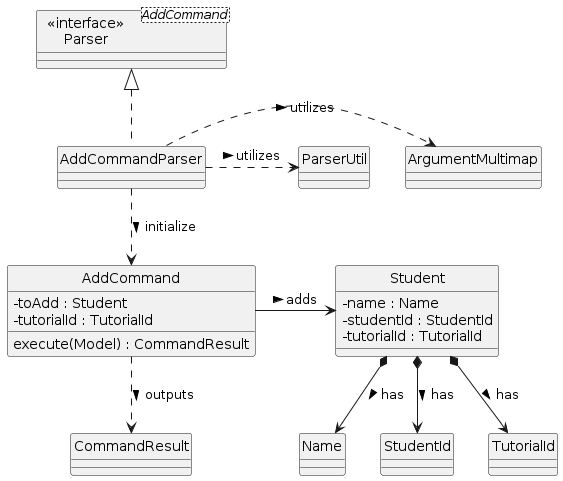
Before: diagrams/AddFeatureClassDiagram.png, a diagram exported from PlantUML (Fui03/tp). Its source is kept beside it as diagrams/AddFeatureClassDiagram.puml. Source of this version:
```plantuml
@startuml
hide circle
skinparam classAttributeIconSize 0

Class "  <<interface>>  \nParser" as Parser<AddCommand>
Class AddCommandParser

Class AddCommand {
  -toAdd : Student
  -tutorialId : TutorialId
  execute(Model) : CommandResult
}
Class CommandResult

Class ArgumentMultimap
Class ParserUtil

Class Student {
  -name : Name
  -studentId : StudentId
  -tutorialId : TutorialId
}
Class Name
Class StudentId
Class TutorialId

AddCommandParser .up.|> Parser

AddCommandParser .down.> AddCommand: initialize >
AddCommandParser .right.> ArgumentMultimap: utilizes >
AddCommandParser .right.> ParserUtil: utilizes >

AddCommand .down.> CommandResult: outputs >


AddCommand -right-> Student: adds >
Student *-down-> Name: has >
Student *-down-> StudentId: has >
Student *-down-> TutorialId: has >

@enduml
```
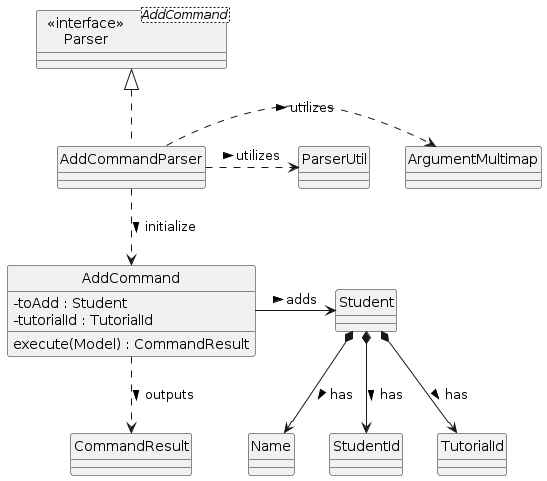
The same file after the commit.

Change to the diagram source:
```diff
@@ -16,9 +16,6 @@
 Class ParserUtil
 
 Class Student {
-  -name : Name
-  -studentId : StudentId
-  -tutorialId : TutorialId
 }
 Class Name
 Class StudentId
```
